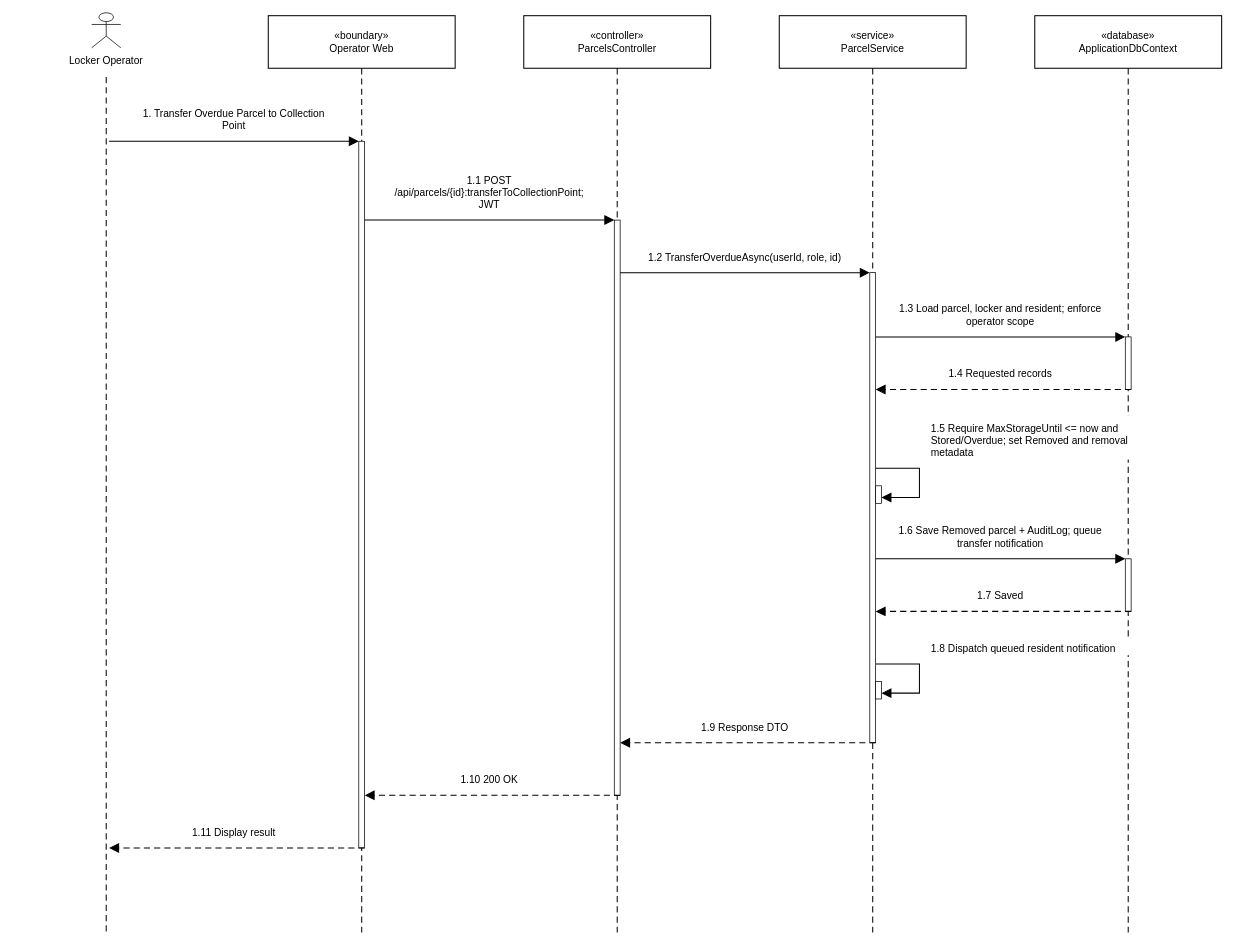
se-05-sdlms/smart-locking-diagram keeps this draw.io diagram as RP4/3.5 Locker Operations, Monitoring & Incident Handling/3.5.31 Transfer Overdue Parcel to Collection Point - Sequence Diagram.drawio. Above is the earlier version. Source tidied: cells renumbered, new cells numbered last; positions are measured from the earlier drawing's top-left corner, leaving out a move shared by most shapes. Both pictures are drawn from the tidied source at 73%, with x=0, y=0 at pixel (12, 12).
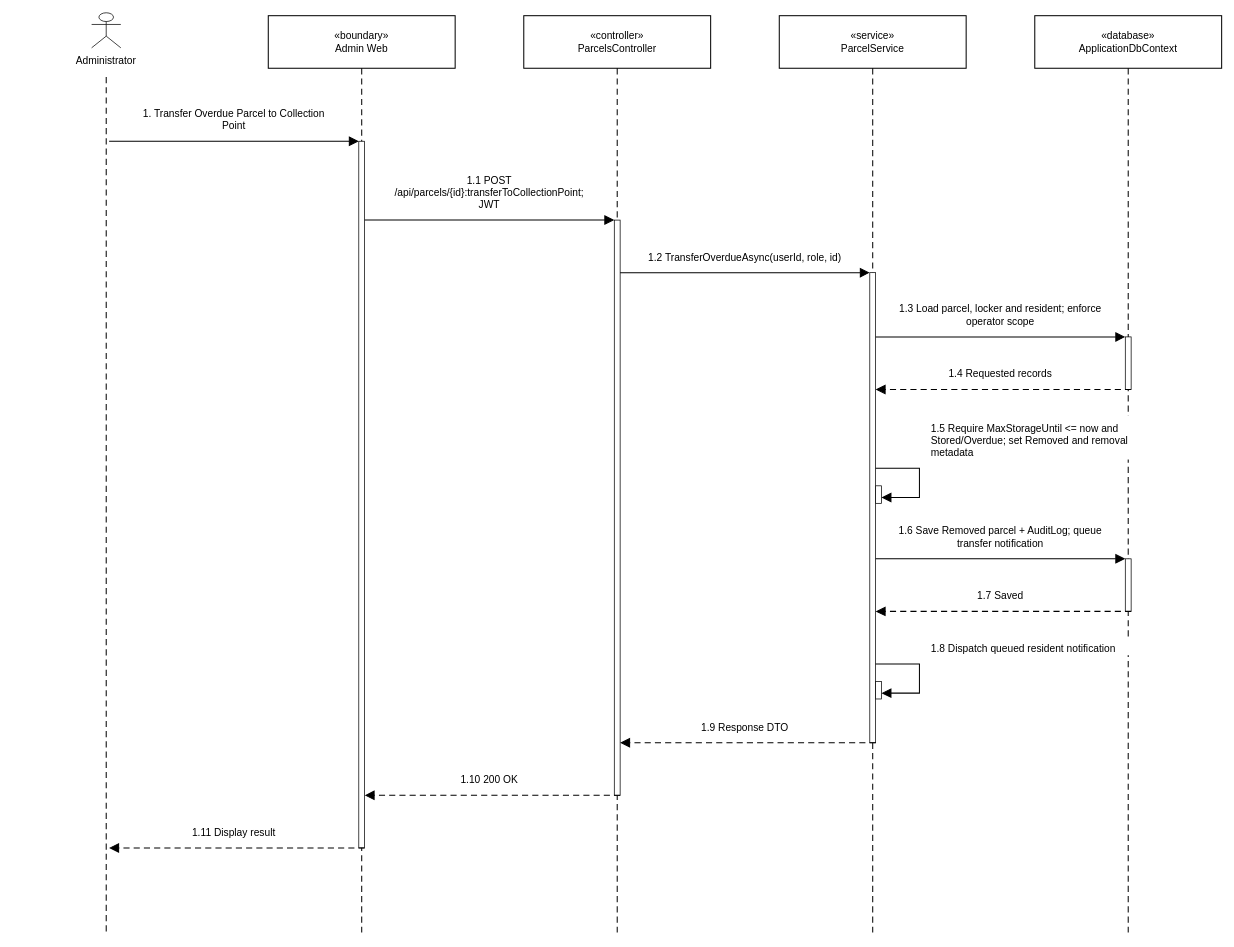
The same diagram, later.

The edit, as a diff of the source:
```diff
@@
-    <mxCell id="3" value="Locker Operator" style="html=1;whiteSpace=wrap;fontFamily=Arial;fontSize=14;fontColor=#000000;shadow=0;text;strokeColor=none;fillColor=none;align=center;verticalAlign=middle;fontSize=14;spacing=0;" parent="1" vertex="1">
+    <mxCell id="3" value="Administrator" style="html=1;whiteSpace=wrap;fontFamily=Arial;fontSize=14;fontColor=#000000;shadow=0;text;strokeColor=none;fillColor=none;align=center;verticalAlign=middle;fontSize=14;spacing=0;" parent="1" vertex="1">
       <mxGeometry y="48" width="256" height="36" as="geometry" />
     </mxCell>
@@
-    <mxCell id="5" value="«boundary»&lt;br&gt;Operator Web" style="html=1;whiteSpace=wrap;fontFamily=Arial;fontSize=14;fontColor=#000000;shadow=0;rounded=0;fillColor=#FFFFFF;strokeColor=#000000;strokeWidth=1.4;align=center;" parent="1" vertex="1">
+    <mxCell id="5" value="«boundary»&lt;br&gt;Admin Web" style="html=1;whiteSpace=wrap;fontFamily=Arial;fontSize=14;fontColor=#000000;shadow=0;rounded=0;fillColor=#FFFFFF;strokeColor=#000000;strokeWidth=1.4;align=center;" parent="1" vertex="1">
       <mxGeometry x="350" y="4" width="256" height="72" as="geometry" />
     </mxCell>
```
